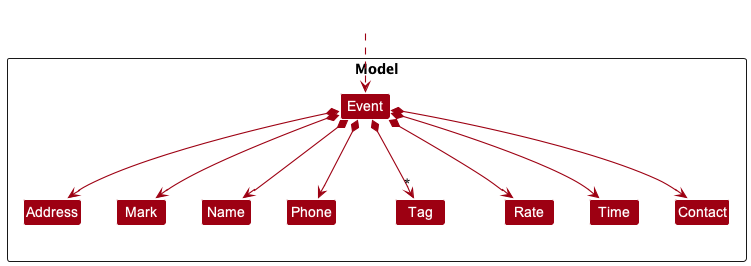
nus-cs2103-AY2223S2/tp keeps this PlantUML diagram as docs/images/EventClassDiagram.png. Above is the earlier version. Source of this version:
```plantuml
@startuml
!include style.puml
skinparam arrowThickness 1.1
skinparam arrowColor MODEL_COLOR
skinparam classBackgroundColor MODEL_COLOR

Package Model <<Rectangle>>{
Class Event
Class Address
Class Mark
Class Name
Class Phone
Class Tag
Class Rate
Class Time
Class Contact

}

Class HiddenOutside #FFFFFF
HiddenOutside ..> Event

Event *--> Name
Event *--> Phone
Event *--> Mark
Event *--> Address
Event *--> "*" Tag
Event *--> Rate
Event *--> Time
Event *--> Contact

@enduml
```
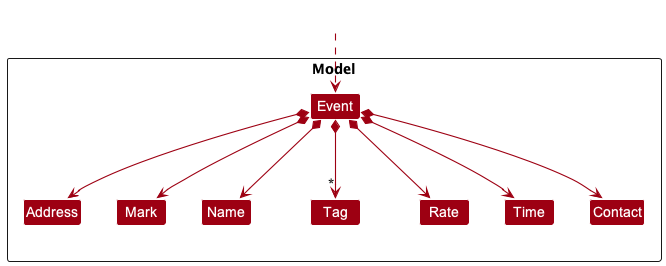
Above is the later version.

Diff of the diagram source:
```diff
@@ -9,7 +9,6 @@
 Class Address
 Class Mark
 Class Name
-Class Phone
 Class Tag
 Class Rate
 Class Time
@@ -21,7 +20,6 @@
 HiddenOutside ..> Event
 
 Event *--> Name
-Event *--> Phone
 Event *--> Mark
 Event *--> Address
 Event *--> "*" Tag
```
